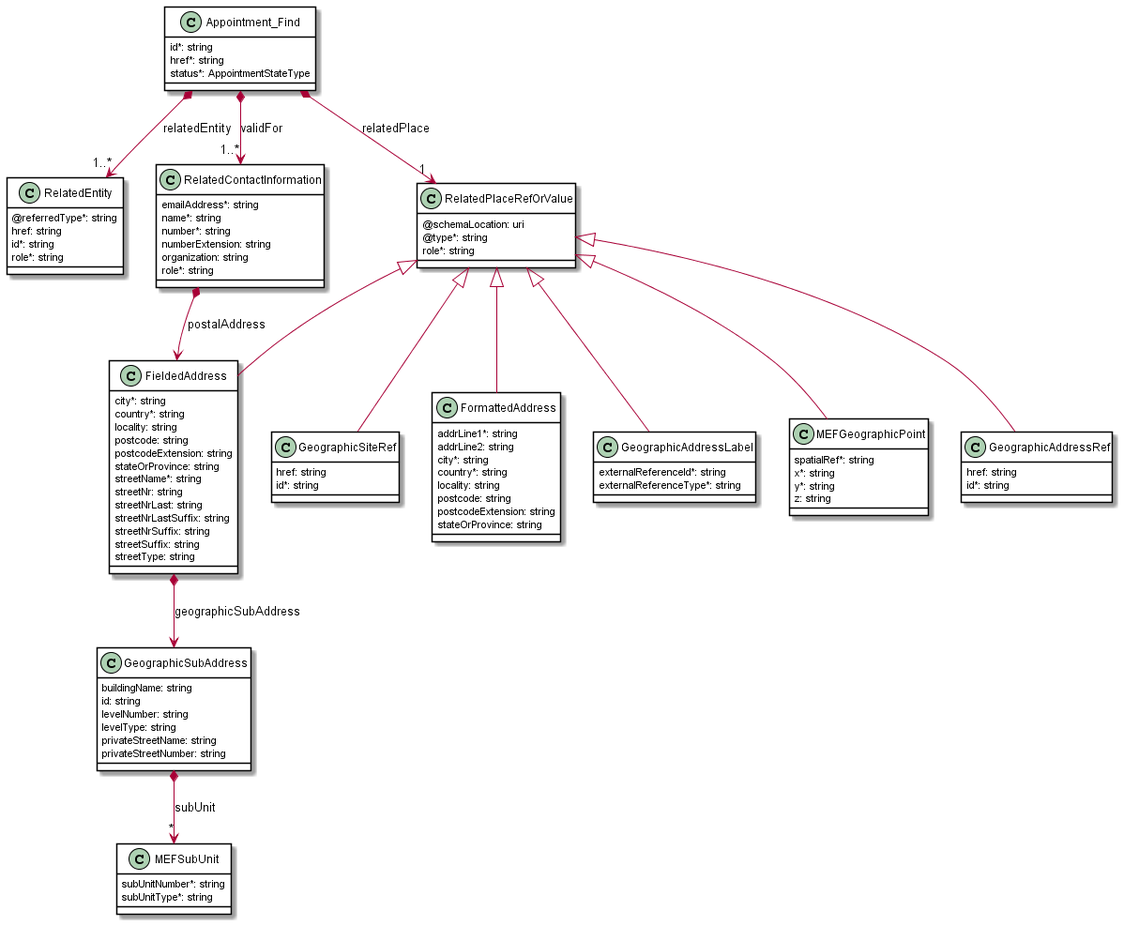
This is documentation/productApi/workforce/media/useCase9Model.png from MEF-GIT/MEF-LSO-Sonata-SDK, a PlantUML export, as it was before one commit. Source of this version:
```plantuml
@startuml
skinparam {
    ClassBackgroundColor White
    ClassBorderColor Black
}


class Appointment_Find {

    id*: string
    href*: string
    status*: AppointmentStateType
}

Appointment_Find *-->"1..*" RelatedEntity : relatedEntity
Appointment_Find *-->"1" RelatedPlaceRefOrValue : relatedPlace
Appointment_Find *-->"1..*" RelatedContactInformation : validFor


class FormattedAddress {

    addrLine1*: string
    addrLine2: string
    city*: string
    country*: string
    locality: string
    postcode: string
    postcodeExtension: string
    stateOrProvince: string
}
RelatedPlaceRefOrValue <|-- FormattedAddress



class GeographicAddressRef {

    href: string
    id*: string
}
RelatedPlaceRefOrValue <|-- GeographicAddressRef



class GeographicSiteRef {

    href: string
    id*: string
}
RelatedPlaceRefOrValue <|-- GeographicSiteRef



class GeographicSubAddress {

    buildingName: string
    id: string
    levelNumber: string
    levelType: string
    privateStreetName: string
    privateStreetNumber: string
}

GeographicSubAddress *-->"*" MEFSubUnit : subUnit



class MEFSubUnit {

    subUnitNumber*: string
    subUnitType*: string
}

class RelatedContactInformation {

    emailAddress*: string
    name*: string
    number*: string
    numberExtension: string
    organization: string
    role*: string
}

RelatedContactInformation *--> FieldedAddress : postalAddress


class RelatedEntity {

    @referredType*: string
    href: string
    id*: string
    role*: string
}

class FieldedAddress {

    city*: string
    country*: string
    locality: string
    postcode: string
    postcodeExtension: string
    stateOrProvince: string
    streetName*: string
    streetNr: string
    streetNrLast: string
    streetNrLastSuffix: string
    streetNrSuffix: string
    streetSuffix: string
    streetType: string
}
RelatedPlaceRefOrValue <|-- FieldedAddress

FieldedAddress *--> GeographicSubAddress : geographicSubAddress


class GeographicAddressLabel {

    externalReferenceId*: string
    externalReferenceType*: string
}
RelatedPlaceRefOrValue <|-- GeographicAddressLabel



class RelatedPlaceRefOrValue {

    @schemaLocation: uri
    @type*: string
    role*: string
}

class MEFGeographicPoint {

    spatialRef*: string
    x*: string
    y*: string
    z: string
}
RelatedPlaceRefOrValue <|-- MEFGeographicPoint






@enduml
```
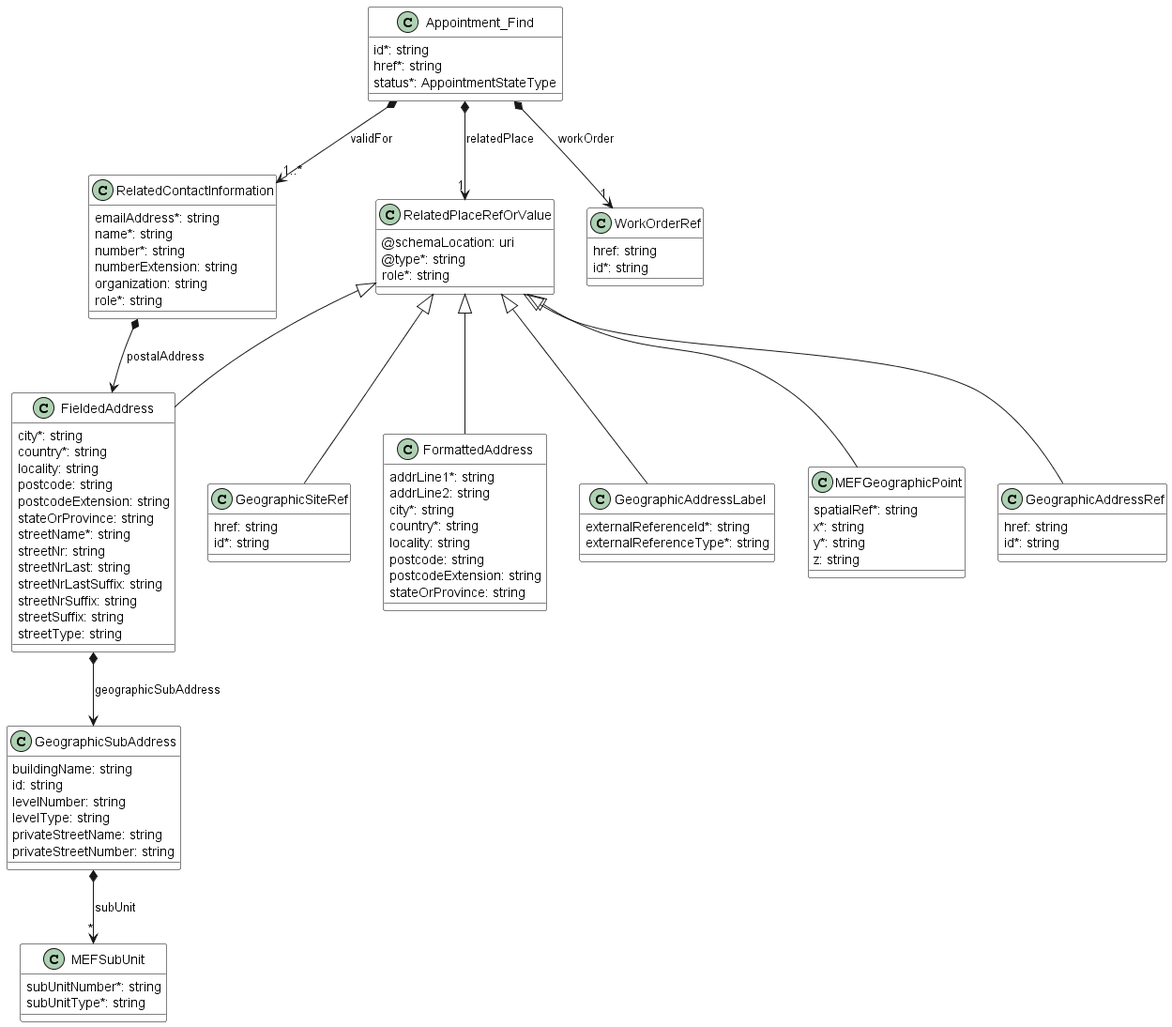
Above is the later version.

Diff of the diagram source:
```diff
@@ -12,9 +12,9 @@
     status*: AppointmentStateType
 }
 
-Appointment_Find *-->"1..*" RelatedEntity : relatedEntity
 Appointment_Find *-->"1" RelatedPlaceRefOrValue : relatedPlace
 Appointment_Find *-->"1..*" RelatedContactInformation : validFor
+Appointment_Find *-->"1" WorkOrderRef : workOrder
 
 
 class FormattedAddress {
@@ -82,15 +82,6 @@
 
 RelatedContactInformation *--> FieldedAddress : postalAddress
 
-
-class RelatedEntity {
-
-    @referredType*: string
-    href: string
-    id*: string
-    role*: string
-}
-
 class FieldedAddress {
 
     city*: string
@@ -137,9 +128,11 @@
 }
 RelatedPlaceRefOrValue <|-- MEFGeographicPoint
 
+class WorkOrderRef {
 
-
-
+    href: string
+    id*: string
+}
 
 
 @enduml
```
